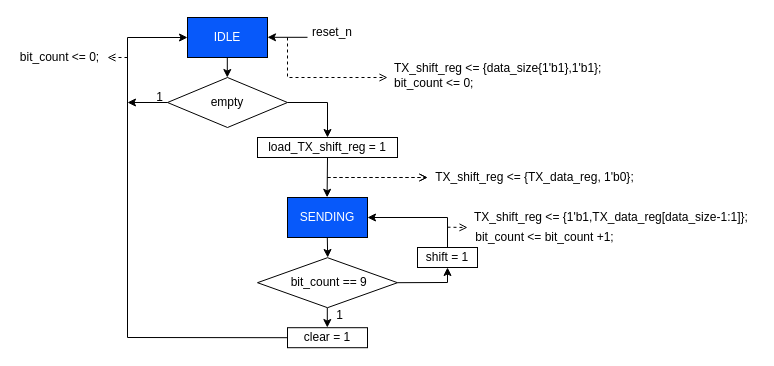
Above: page "uart_trans_ASMD" (7 of 10) of doc/UART.drawio in lampn0/uart_vlsi (draw.io), before the change. Source tidied: cells renumbered, new cells numbered last; positions are measured from the earlier drawing's top-left corner, leaving out a move shared by most shapes. Both pictures are drawn from the tidied source at 100%, with x=0, y=0 at pixel (17, 17).
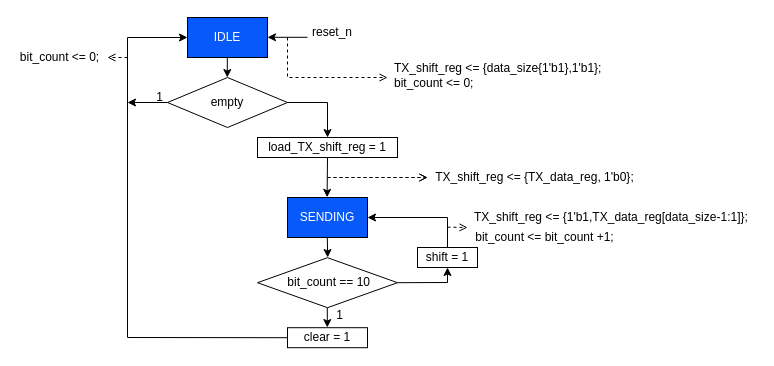
The same page after the edit.

The edit, as a diff of the source:
```diff
@@
-    <mxCell id="26" value="&amp;nbsp;bit_count == 9" style="rhombus;whiteSpace=wrap;html=1;fillColor=#FFFFFF;align=center;" parent="1" vertex="1">
+    <mxCell id="26" value="&amp;nbsp;bit_count == 10" style="rhombus;whiteSpace=wrap;html=1;fillColor=#FFFFFF;align=center;" parent="1" vertex="1">
       <mxGeometry x="240" y="240.2" width="140" height="50" as="geometry" />
     </mxCell>
```
